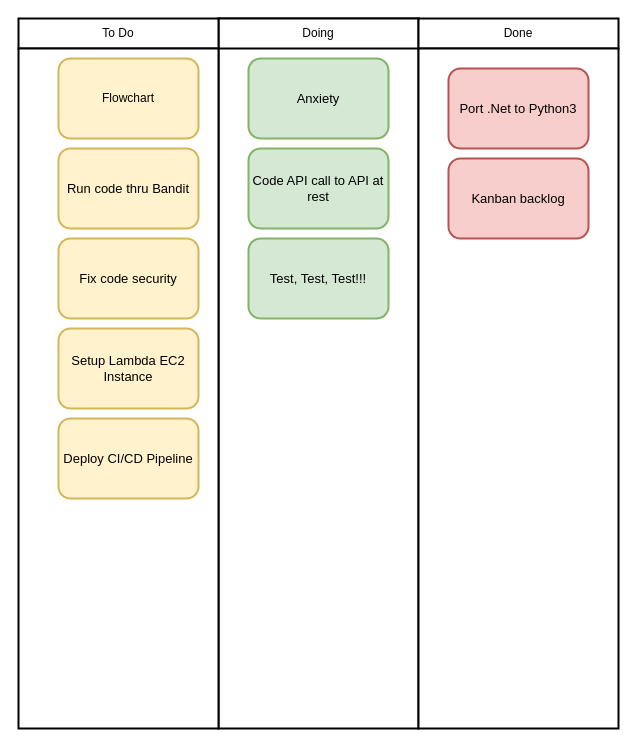
Earlier version of the draw.io diagram KANBAN.drawio (Jlee8145/Fullstack). Source tidied: cells renumbered, new cells numbered last; positions are measured from the earlier drawing's top-left corner, leaving out a move shared by most shapes. Both pictures are drawn from the tidied source at 100%, with x=0, y=0 at pixel (18, 18).
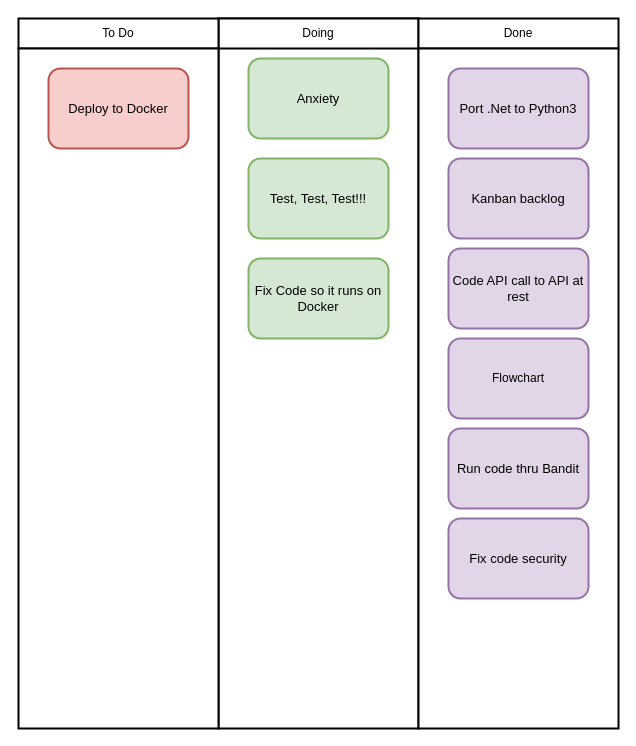
Above is the later version.

What changed in the source:
```diff
@@
 <mxGraphModel>
   <root>
     <mxCell id="0" />
     <mxCell id="1" parent="0" />
     <mxCell id="2" style="whiteSpace=wrap;html=1;strokeWidth=2;" parent="1" vertex="1">
       <mxGeometry x="200" width="200" height="710" as="geometry" />
     </mxCell>
     <mxCell id="3" value="Doing" style="rounded=0;whiteSpace=wrap;html=1;strokeWidth=2;" parent="1" vertex="1">
       <mxGeometry x="200" width="200" height="30" as="geometry" />
     </mxCell>
     <mxCell id="4" value="Done" style="rounded=0;whiteSpace=wrap;html=1;strokeWidth=2;" parent="1" vertex="1">
       <mxGeometry x="400" width="200" height="30" as="geometry" />
     </mxCell>
     <mxCell id="5" style="whiteSpace=wrap;html=1;strokeWidth=2;" parent="1" vertex="1">
       <mxGeometry x="400" y="30" width="200" height="680" as="geometry" />
     </mxCell>
     <mxCell id="6" value="To Do" style="rounded=0;whiteSpace=wrap;html=1;strokeWidth=2;" parent="1" vertex="1">
       <mxGeometry width="200" height="30" as="geometry" />
     </mxCell>
     <mxCell id="7" style="whiteSpace=wrap;html=1;strokeWidth=2;" parent="1" vertex="1">
       <mxGeometry y="30" width="200" height="680" as="geometry" />
     </mxCell>
-    <mxCell id="8" value="Flowchart" style="rounded=1;whiteSpace=wrap;html=1;strokeWidth=2;fillColor=#fff2cc;strokeColor=#d6b656;" parent="1" vertex="1">
-      <mxGeometry x="40" y="40" width="140" height="80" as="geometry" />
+    <mxCell id="8" value="Flowchart" style="rounded=1;whiteSpace=wrap;html=1;strokeWidth=2;fillColor=#e1d5e7;strokeColor=#9673a6;" parent="1" vertex="1">
+      <mxGeometry x="430" y="320" width="140" height="80" as="geometry" />
     </mxCell>
-    <mxCell id="9" value="Code API call to API at rest" style="rounded=1;whiteSpace=wrap;html=1;strokeWidth=2;fontSize=13;fillColor=#d5e8d4;strokeColor=#82b366;" parent="1" vertex="1">
-      <mxGeometry x="230" y="130" width="140" height="80" as="geometry" />
+    <mxCell id="9" value="Code API call to API at rest" style="rounded=1;whiteSpace=wrap;html=1;strokeWidth=2;fontSize=13;fillColor=#e1d5e7;strokeColor=#9673a6;" parent="1" vertex="1">
+      <mxGeometry x="430" y="230" width="140" height="80" as="geometry" />
     </mxCell>
-    <mxCell id="10" value="Deploy CI/CD Pipeline" style="rounded=1;whiteSpace=wrap;html=1;strokeWidth=2;fontSize=13;fillColor=#fff2cc;strokeColor=#d6b656;" parent="1" vertex="1">
-      <mxGeometry x="40" y="400" width="140" height="80" as="geometry" />
-    </mxCell>
-    <mxCell id="11" value="Run code thru Bandit" style="rounded=1;whiteSpace=wrap;html=1;strokeWidth=2;fontSize=13;fillColor=#fff2cc;strokeColor=#d6b656;" parent="1" vertex="1">
-      <mxGeometry x="40" y="130" width="140" height="80" as="geometry" />
+    <mxCell id="11" value="Run code thru Bandit" style="rounded=1;whiteSpace=wrap;html=1;strokeWidth=2;fontSize=13;fillColor=#e1d5e7;strokeColor=#9673a6;" parent="1" vertex="1">
+      <mxGeometry x="430" y="410" width="140" height="80" as="geometry" />
     </mxCell>
-    <mxCell id="12" value="Port .Net to Python3" style="rounded=1;whiteSpace=wrap;html=1;strokeWidth=2;fontSize=13;fillColor=#f8cecc;strokeColor=#b85450;" parent="1" vertex="1">
+    <mxCell id="12" value="Port .Net to Python3" style="rounded=1;whiteSpace=wrap;html=1;strokeWidth=2;fontSize=13;fillColor=#e1d5e7;strokeColor=#9673a6;" parent="1" vertex="1">
       <mxGeometry x="430" y="50" width="140" height="80" as="geometry" />
     </mxCell>
-    <mxCell id="13" value="Kanban backlog" style="rounded=1;whiteSpace=wrap;html=1;strokeWidth=2;fontSize=13;fillColor=#f8cecc;strokeColor=#b85450;" parent="1" vertex="1">
+    <mxCell id="13" value="Kanban backlog" style="rounded=1;whiteSpace=wrap;html=1;strokeWidth=2;fontSize=13;fillColor=#e1d5e7;strokeColor=#9673a6;" parent="1" vertex="1">
       <mxGeometry x="430" y="140" width="140" height="80" as="geometry" />
     </mxCell>
     <mxCell id="14" value="Anxiety" style="rounded=1;whiteSpace=wrap;html=1;strokeWidth=2;fontSize=13;fillColor=#d5e8d4;strokeColor=#82b366;" parent="1" vertex="1">
       <mxGeometry x="230" y="40" width="140" height="80" as="geometry" />
     </mxCell>
-    <mxCell id="15" value="Fix code security" style="rounded=1;whiteSpace=wrap;html=1;strokeWidth=2;fontSize=13;fillColor=#fff2cc;strokeColor=#d6b656;" parent="1" vertex="1">
-      <mxGeometry x="40" y="220" width="140" height="80" as="geometry" />
+    <mxCell id="15" value="Fix code security" style="rounded=1;whiteSpace=wrap;html=1;strokeWidth=2;fontSize=13;fillColor=#e1d5e7;strokeColor=#9673a6;" parent="1" vertex="1">
+      <mxGeometry x="430" y="500" width="140" height="80" as="geometry" />
     </mxCell>
-    <mxCell id="16" value="Setup Lambda EC2 Instance" style="rounded=1;whiteSpace=wrap;html=1;strokeWidth=2;fontSize=13;fillColor=#fff2cc;strokeColor=#d6b656;" parent="1" vertex="1">
-      <mxGeometry x="40" y="310" width="140" height="80" as="geometry" />
+    <mxCell id="16" value="Deploy to Docker" style="rounded=1;whiteSpace=wrap;html=1;strokeWidth=2;fontSize=13;fillColor=#f8cecc;strokeColor=#b85450;" parent="1" vertex="1">
+      <mxGeometry x="30" y="50" width="140" height="80" as="geometry" />
     </mxCell>
     <mxCell id="17" value="Test, Test, Test!!!" style="rounded=1;whiteSpace=wrap;html=1;strokeWidth=2;fontSize=13;fillColor=#d5e8d4;strokeColor=#82b366;" parent="1" vertex="1">
-      <mxGeometry x="230" y="220" width="140" height="80" as="geometry" />
+      <mxGeometry x="230" y="140" width="140" height="80" as="geometry" />
     </mxCell>
+    <mxCell id="18" value="Fix Code so it runs on Docker" style="rounded=1;whiteSpace=wrap;html=1;strokeWidth=2;fontSize=13;fillColor=#d5e8d4;strokeColor=#82b366;" parent="1" vertex="1">
+      <mxGeometry x="230" y="240" width="140" height="80" as="geometry" />
+    </mxCell>
   </root>
 </mxGraphModel>
```
